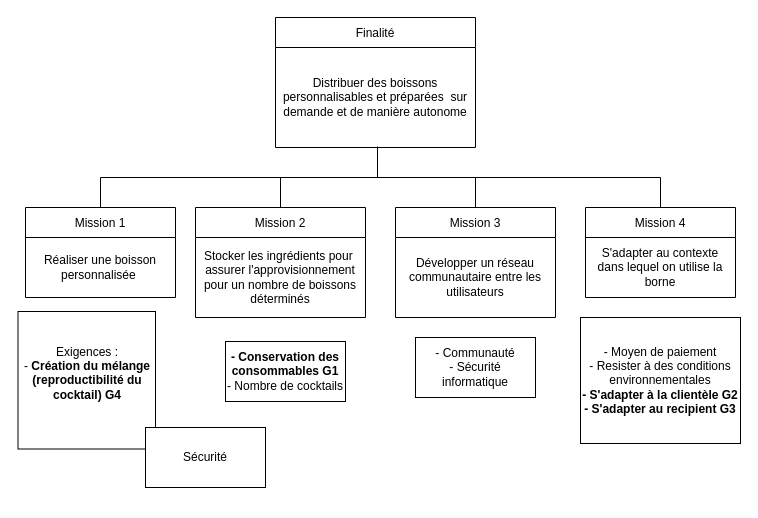
Earlier version of the draw.io diagram page "Finalités et Mission 28/04" (1 of 14) of borneCocktailP22.drawio (mbricogn/TN29-MBSE). Source tidied: cells renumbered, new cells numbered last; positions are measured from the earlier drawing's top-left corner, leaving out a move shared by most shapes. Both pictures are drawn from the tidied source at 100%, with x=0, y=0 at pixel (17, 17).
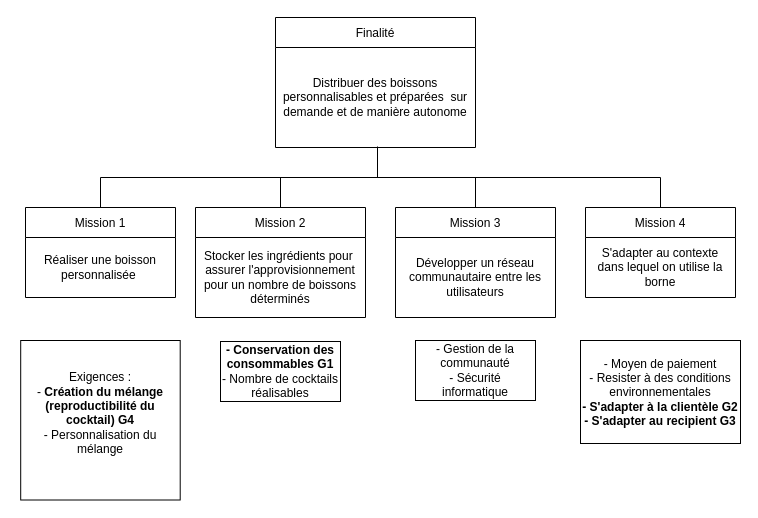
The same page after the edit.

The edit, as a diff of the source:
```diff
@@
-    <mxCell id="16" value="Exigences :&lt;br&gt;-&lt;b&gt; Création du mélange (reproductibilité du cocktail) G4&lt;/b&gt;&lt;br&gt;&lt;span style=&quot;color: rgba(0 , 0 , 0 , 0) ; font-family: monospace ; font-size: 0px&quot;&gt;3CmxGraphModel%3E%3Croot%3E%3CmxCell%20id%3D%220%22%2F%3E%3CmxCell%20id%3D%221%22%20parent%3D%220%22%2F%3E%3CmxCell%20id%3D%222%22%20value%3D%22Humidit%C3%A9%26lt%3Bbr%26gt%3BTemp%C3%A9rature%26lt%3Bbr%26gt%3BVent%26lt%3Bbr%26gt%3BChoc%22%20style%3D%22text%3Bhtml%3D1%3BstrokeColor%3Dnone%3BfillColor%3Dnone%3Balign%3Dcenter%3BverticalAlign%3Dmiddle%3BwhiteSpace%3Dwrap%3Brounded%3D0%3B%22%20vertex%3D%221%22%20parent%3D%221%22%3E%3CmxGeometry%20x%3D%22160%22%20y%3D%22126%22%20width%3D%22150%22%20height%3D%22104%22%20as%3D%22geometry%22%2F%3E%3C%2FmxCell%3E%3C%2Froot%3E%3C%2FmxGraphModel%3E&lt;/span&gt;" style="whiteSpace=wrap;html=1;" parent="1" vertex="1">
-      <mxGeometry x="0.5" y="294" width="137.5" height="137.5" as="geometry" />
+    <mxCell id="16" value="Exigences :&lt;br&gt;-&lt;b&gt; Création du mélange (reproductibilité du cocktail) G4&lt;br&gt;&lt;/b&gt;- Personnalisation du mélange&lt;br&gt;&lt;span style=&quot;color: rgba(0 , 0 , 0 , 0) ; font-family: monospace ; font-size: 0px&quot;&gt;3CmxGraphModel%3E%3Croot%3E%3CmxCell%20id%3D%220%22%2F%3E%3CmxCell%20id%3D%221%22%20parent%3D%220%22%2F%3E%3CmxCell%20id%3D%222%22%20value%3D%22Humidit%C3%A9%26lt%3Bbr%26gt%3BTemp%C3%A9rature%26lt%3Bbr%26gt%3BVent%26lt%3Bbr%26gt%3BChoc%22%20style%3D%22text%3Bhtml%3D1%3BstrokeColor%3Dnone%3BfillColor%3Dnone%3Balign%3Dcenter%3BverticalAlign%3Dmiddle%3BwhiteSpace%3Dwrap%3Brounded%3D0%3B%22%20vertex%3D%221%22%20parent%3D%221%22%3E%3CmxGeometry%20x%3D%22160%22%20y%3D%22126%22%20width%3D%22150%22%20height%3D%22104%22%20as%3D%22geometry%22%2F%3E%3C%2FmxCell%3E%3C%2Froot%3E%3C%2FmxGraphModel%3E&lt;/span&gt;" style="whiteSpace=wrap;html=1;" parent="1" vertex="1">
+      <mxGeometry x="3.2" y="323" width="159.5" height="159.5" as="geometry" />
     </mxCell>
-    <mxCell id="17" value="&lt;b&gt;- Conservation des consommables G1&lt;/b&gt;&lt;br&gt;- Nombre de cocktails" style="rounded=0;whiteSpace=wrap;html=1;" parent="1" vertex="1">
-      <mxGeometry x="208" y="324" width="120" height="60" as="geometry" />
+    <mxCell id="17" value="&lt;b&gt;- Conservation des consommables G1&lt;/b&gt;&lt;br&gt;- Nombre de cocktails réalisables" style="rounded=0;whiteSpace=wrap;html=1;" parent="1" vertex="1">
+      <mxGeometry x="203" y="324" width="120" height="60" as="geometry" />
     </mxCell>
     <mxCell id="18" value="- Moyen de paiement&lt;br&gt;- Resister à des conditions environnementales&lt;br&gt;&lt;b&gt;- S'adapter à la clientèle G2&lt;/b&gt;&lt;br&gt;&lt;b&gt;- S'adapter au recipient G3&lt;/b&gt;" style="rounded=0;whiteSpace=wrap;html=1;" parent="1" vertex="1">
-      <mxGeometry x="563" y="300" width="160" height="126" as="geometry" />
+      <mxGeometry x="563" y="323" width="160" height="103" as="geometry" />
     </mxCell>
-    <mxCell id="19" value="- Communauté&lt;br&gt;- Sécurité informatique" style="rounded=0;whiteSpace=wrap;html=1;" parent="1" vertex="1">
-      <mxGeometry x="398" y="320" width="120" height="60" as="geometry" />
+    <mxCell id="19" value="- Gestion de la communauté&lt;br&gt;- Sécurité informatique" style="rounded=0;whiteSpace=wrap;html=1;" parent="1" vertex="1">
+      <mxGeometry x="398" y="323" width="120" height="60" as="geometry" />
     </mxCell>
-    <mxCell id="20" value="Sécurité" style="rounded=0;whiteSpace=wrap;html=1;" parent="1" vertex="1">
-      <mxGeometry x="128" y="410" width="120" height="60" as="geometry" />
-    </mxCell>
```
